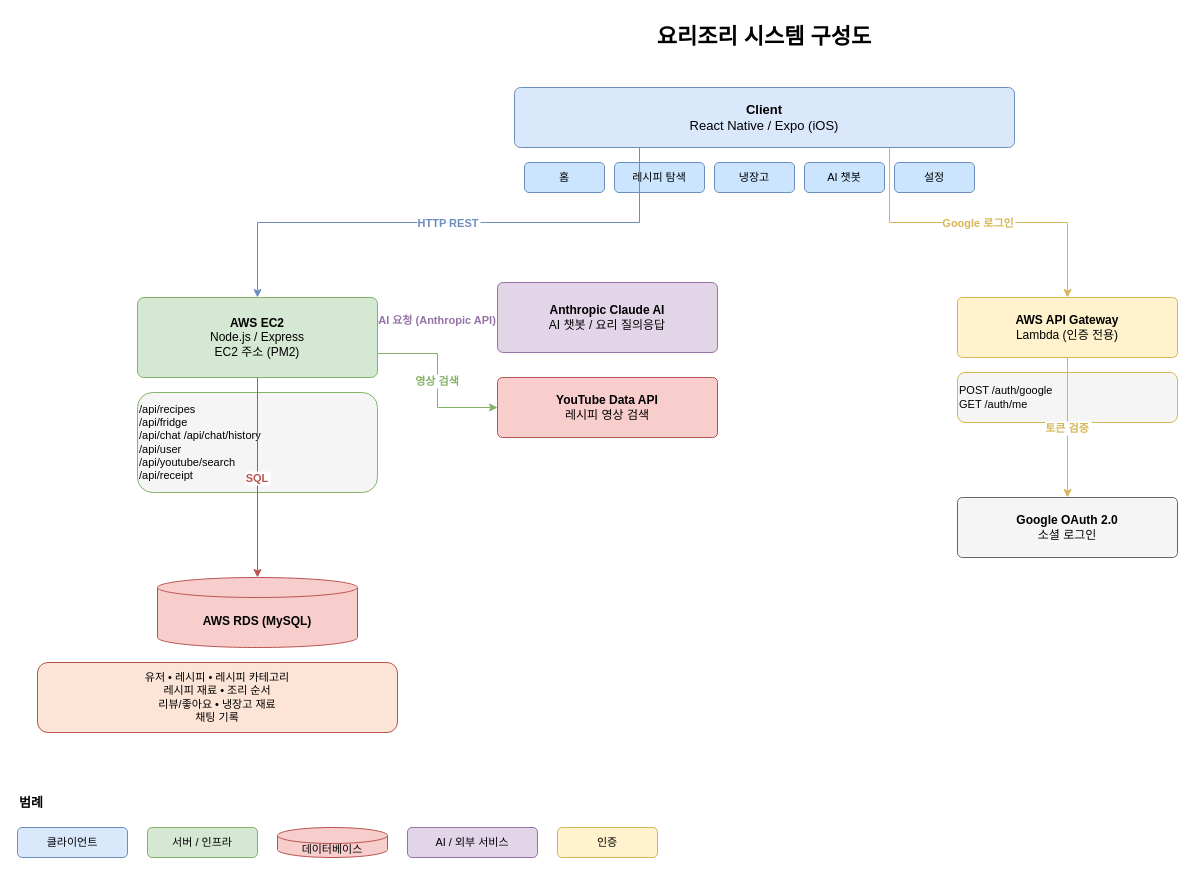
Before: docs/SystemArchitecture.drawio in puri0822/FRAME_-, a draw.io diagram. Source tidied: cells renumbered, new cells numbered last; positions are measured from the earlier drawing's top-left corner, leaving out a move shared by most shapes. Both pictures are drawn from the tidied source at 100%, with x=0, y=0 at pixel (17, 17).
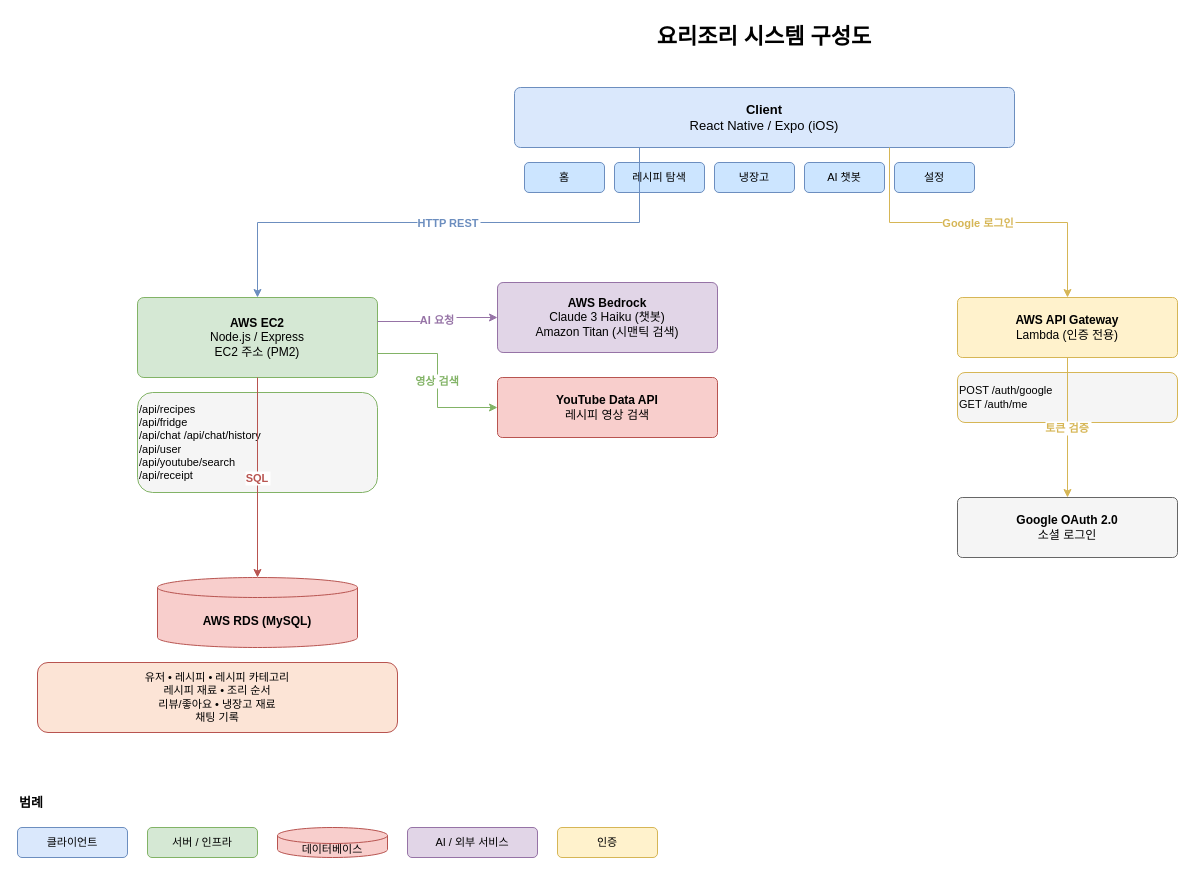
The same diagram, later.

Commit message (it also covers changes not shown here):
docs: Claude AI를 AWS Bedrock으로 표기 수정

Unchanged cells that the change refers to:
```xml
<mxCell id="11" value="&lt;b&gt;AWS EC2&lt;/b&gt;&lt;br&gt;Node.js / Express&lt;br&gt;EC2 주소 (PM2)" style="rounded=1;whiteSpace=wrap;html=1;fillColor=#d5e8d4;strokeColor=#82b366;fontSize=12;arcSize=8;" parent="1" vertex="1">
  <mxGeometry x="120" y="280" width="240" height="80" as="geometry" />
</mxCell>
```

Change to the diagram source:
```diff
@@
-    <mxCell id="18" value="AI 요청 (Anthropic API)" style="edgeStyle=orthogonalEdgeStyle;rounded=0;jettySize=auto;exitX=1;exitY=0.3;exitDx=0;exitDy=0;entryX=0;entryY=0.5;entryDx=0;entryDy=0;fontSize=11;strokeColor=#9673a6;fontColor=#9673a6;fontStyle=1;" parent="1" edge="1" source="11" target="22">
+    <mxCell id="18" value="AI 요청" style="edgeStyle=orthogonalEdgeStyle;rounded=0;jettySize=auto;exitX=1;exitY=0.3;exitDx=0;exitDy=0;entryX=0;entryY=0.5;entryDx=0;entryDy=0;fontSize=11;strokeColor=#9673a6;fontColor=#9673a6;fontStyle=1;" parent="1" edge="1" source="11" target="22">
       <mxGeometry relative="1" as="geometry" />
     </mxCell>
@@
-    <mxCell id="22" value="&lt;b&gt;Anthropic Claude AI&lt;/b&gt;&lt;br&gt;AI 챗봇 / 요리 질의응답" style="rounded=1;whiteSpace=wrap;html=1;fillColor=#e1d5e7;strokeColor=#9673a6;fontSize=12;arcSize=8;" parent="1" vertex="1">
+    <mxCell id="22" value="&lt;b&gt;AWS Bedrock&lt;/b&gt;&lt;br&gt;Claude 3 Haiku (챗봇)&lt;br&gt;Amazon Titan (시맨틱 검색)" style="rounded=1;whiteSpace=wrap;html=1;fillColor=#e1d5e7;strokeColor=#9673a6;fontSize=12;arcSize=8;" parent="1" vertex="1">
       <mxGeometry x="480" y="265" width="220" height="70" as="geometry" />
     </mxCell>
```
